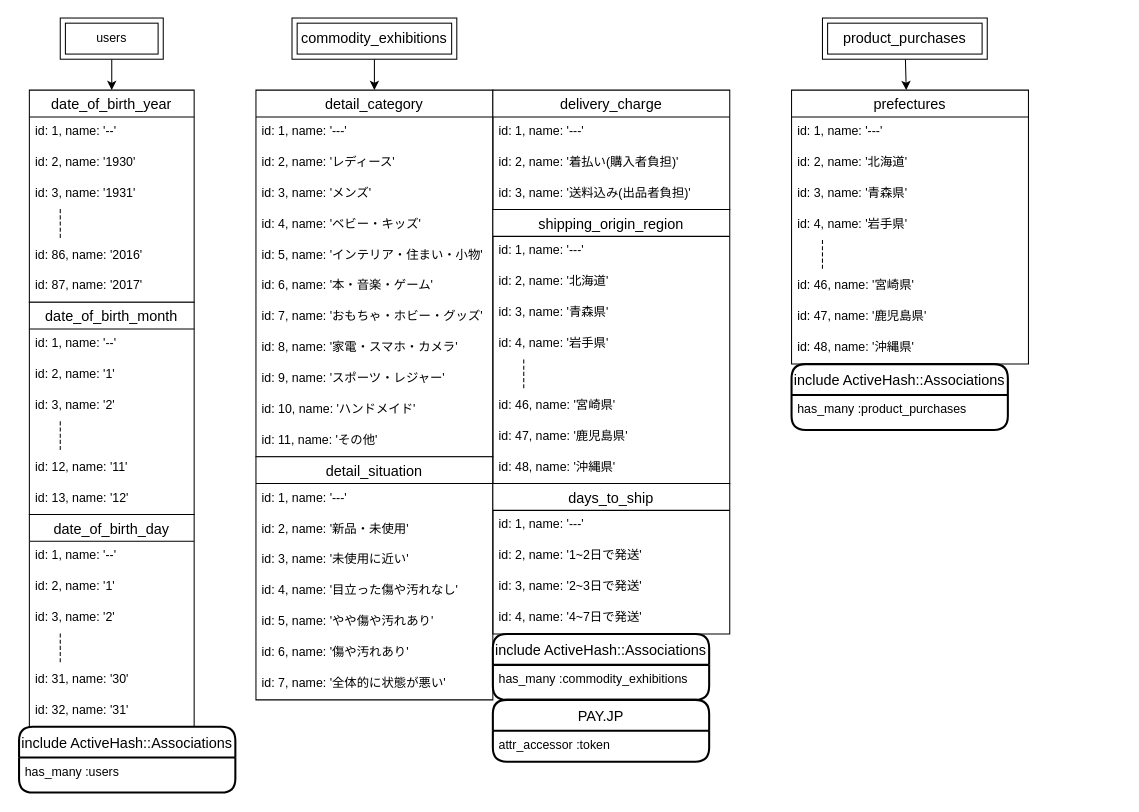
The draw.io diagram page "Active Hash各モデルとの関係" (2 of 2) of furima.dio in graphite01/furima-38514, before the edit. Source tidied: cells renumbered, new cells numbered last; positions are measured from the earlier drawing's top-left corner, leaving out a move shared by most shapes. Both pictures are drawn from the tidied source at 103%, with x=0, y=0 at pixel (19, 18).
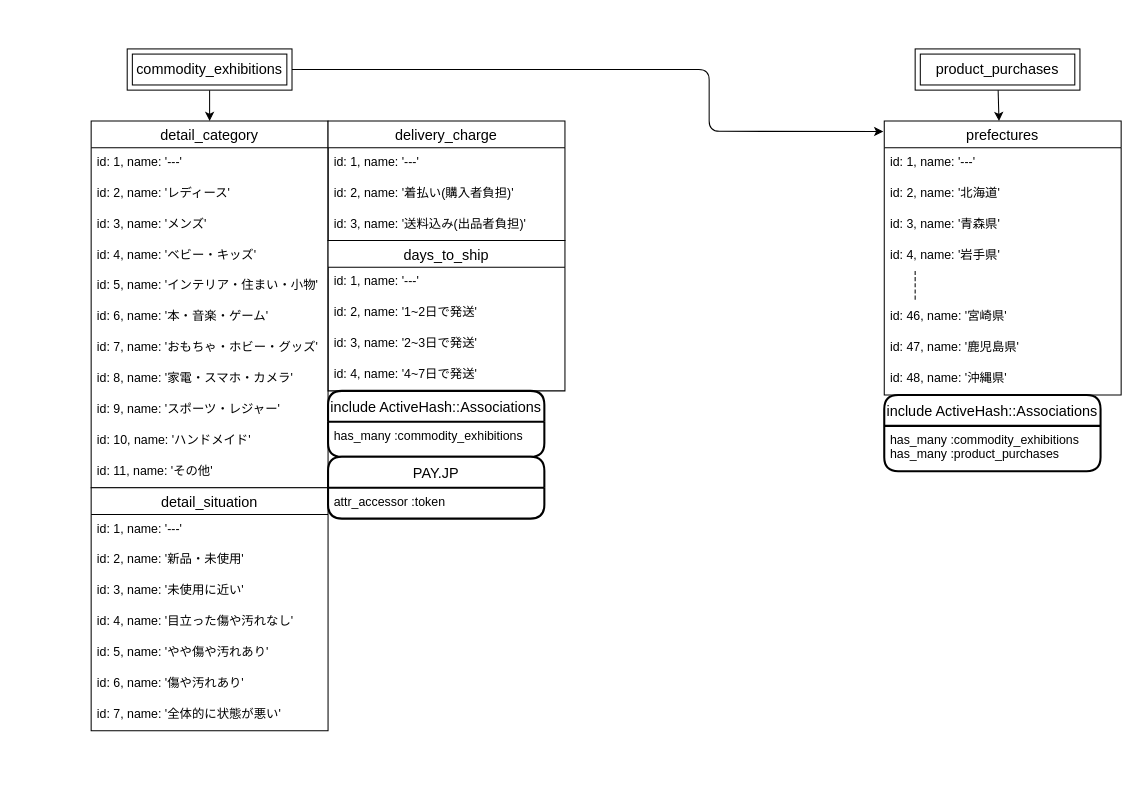
Above is the later version.

Change to the diagram source:
```diff
@@
-    <mxCell id="2" style="edgeStyle=none;html=1;" parent="1" edge="1" source="3">
-      <mxGeometry relative="1" as="geometry">
-        <mxPoint x="90" y="70" as="targetPoint" />
-      </mxGeometry>
-    </mxCell>
-    <mxCell id="3" value="users" style="shape=ext;margin=3;double=1;whiteSpace=wrap;html=1;align=center;" parent="1" vertex="1">
-      <mxGeometry x="40" width="100" height="40" as="geometry" />
-    </mxCell>
-    <mxCell id="4" value="date_of_birth_year" style="swimlane;fontStyle=0;horizontal=1;startSize=26;align=center;fontSize=14;" parent="1" vertex="1">
-      <mxGeometry x="10" y="70" width="160" height="206" as="geometry" />
-    </mxCell>
-    <mxCell id="5" value="id: 1, name: '--'" style="text;strokeColor=none;fillColor=none;spacingLeft=4;spacingRight=4;overflow=hidden;fontSize=12;" parent="4" vertex="1">
-      <mxGeometry y="26" width="160" height="30" as="geometry" />
-    </mxCell>
-    <mxCell id="6" value="id: 2, name: '1930'" style="text;strokeColor=none;fillColor=none;spacingLeft=4;spacingRight=4;overflow=hidden;fontSize=12;" parent="4" vertex="1">
-      <mxGeometry y="56" width="160" height="30" as="geometry" />
-    </mxCell>
-    <mxCell id="7" value="id: 3, name: '1931'" style="text;strokeColor=none;fillColor=none;spacingLeft=4;spacingRight=4;overflow=hidden;fontSize=12;" parent="4" vertex="1">
-      <mxGeometry y="86" width="160" height="30" as="geometry" />
-    </mxCell>
-    <mxCell id="8" style="shape=partialRectangle;fillColor=none;align=left;verticalAlign=middle;strokeColor=none;spacingLeft=34;" parent="4" vertex="1">
-      <mxGeometry y="116" width="160" height="30" as="geometry" />
-    </mxCell>
-    <mxCell id="9" style="shape=partialRectangle;top=0;left=0;bottom=0;fillColor=none;stokeWidth=1;dashed=1;align=left;verticalAlign=middle;spacingLeft=4;spacingRight=4;overflow=hidden;" parent="8" vertex="1">
-      <mxGeometry width="30" height="30" as="geometry" />
-    </mxCell>
-    <mxCell id="10" value="id: 86, name: '2016'" style="text;strokeColor=none;fillColor=none;spacingLeft=4;spacingRight=4;overflow=hidden;fontSize=12;" parent="4" vertex="1">
-      <mxGeometry y="146" width="160" height="30" as="geometry" />
-    </mxCell>
-    <mxCell id="11" value="id: 87, name: '2017'" style="text;strokeColor=none;fillColor=none;spacingLeft=4;spacingRight=4;overflow=hidden;fontSize=12;" parent="4" vertex="1">
-      <mxGeometry y="176" width="160" height="30" as="geometry" />
-    </mxCell>
-    <mxCell id="12" value="date_of_birth_month" style="swimlane;fontStyle=0;horizontal=1;startSize=26;align=center;fontSize=14;" parent="1" vertex="1">
-      <mxGeometry x="10" y="276" width="160" height="206" as="geometry" />
-    </mxCell>
-    <mxCell id="13" value="id: 1, name: '--'" style="text;strokeColor=none;fillColor=none;spacingLeft=4;spacingRight=4;overflow=hidden;fontSize=12;" parent="12" vertex="1">
-      <mxGeometry y="26" width="160" height="30" as="geometry" />
-    </mxCell>
-    <mxCell id="14" value="id: 2, name: '1'" style="text;strokeColor=none;fillColor=none;spacingLeft=4;spacingRight=4;overflow=hidden;fontSize=12;" parent="12" vertex="1">
-      <mxGeometry y="56" width="160" height="30" as="geometry" />
-    </mxCell>
-    <mxCell id="15" value="id: 3, name: '2'" style="text;strokeColor=none;fillColor=none;spacingLeft=4;spacingRight=4;overflow=hidden;fontSize=12;" parent="12" vertex="1">
-      <mxGeometry y="86" width="160" height="30" as="geometry" />
-    </mxCell>
-    <mxCell id="16" style="shape=partialRectangle;fillColor=none;align=left;verticalAlign=middle;strokeColor=none;spacingLeft=34;" parent="12" vertex="1">
-      <mxGeometry y="116" width="160" height="30" as="geometry" />
-    </mxCell>
-    <mxCell id="17" style="shape=partialRectangle;top=0;left=0;bottom=0;fillColor=none;stokeWidth=1;dashed=1;align=left;verticalAlign=middle;spacingLeft=4;spacingRight=4;overflow=hidden;" parent="16" vertex="1">
-      <mxGeometry width="30" height="30" as="geometry" />
-    </mxCell>
-    <mxCell id="18" value="id: 12, name: '11'" style="text;strokeColor=none;fillColor=none;spacingLeft=4;spacingRight=4;overflow=hidden;fontSize=12;" parent="12" vertex="1">
-      <mxGeometry y="146" width="160" height="30" as="geometry" />
-    </mxCell>
-    <mxCell id="19" value="id: 13, name: '12'" style="text;strokeColor=none;fillColor=none;spacingLeft=4;spacingRight=4;overflow=hidden;fontSize=12;" parent="12" vertex="1">
-      <mxGeometry y="176" width="160" height="30" as="geometry" />
-    </mxCell>
-    <mxCell id="20" value="date_of_birth_day" style="swimlane;fontStyle=0;horizontal=1;startSize=26;align=center;fontSize=14;" parent="1" vertex="1">
-      <mxGeometry x="10" y="482" width="160" height="206" as="geometry" />
-    </mxCell>
-    <mxCell id="21" value="id: 1, name: '--'" style="text;strokeColor=none;fillColor=none;spacingLeft=4;spacingRight=4;overflow=hidden;fontSize=12;" parent="20" vertex="1">
-      <mxGeometry y="26" width="160" height="30" as="geometry" />
-    </mxCell>
-    <mxCell id="22" value="id: 2, name: '1'" style="text;strokeColor=none;fillColor=none;spacingLeft=4;spacingRight=4;overflow=hidden;fontSize=12;" parent="20" vertex="1">
-      <mxGeometry y="56" width="160" height="30" as="geometry" />
-    </mxCell>
-    <mxCell id="23" value="id: 3, name: '2'" style="text;strokeColor=none;fillColor=none;spacingLeft=4;spacingRight=4;overflow=hidden;fontSize=12;" parent="20" vertex="1">
-      <mxGeometry y="86" width="160" height="30" as="geometry" />
-    </mxCell>
-    <mxCell id="24" style="shape=partialRectangle;fillColor=none;align=left;verticalAlign=middle;strokeColor=none;spacingLeft=34;" parent="20" vertex="1">
-      <mxGeometry y="116" width="160" height="30" as="geometry" />
-    </mxCell>
-    <mxCell id="25" style="shape=partialRectangle;top=0;left=0;bottom=0;fillColor=none;stokeWidth=1;dashed=1;align=left;verticalAlign=middle;spacingLeft=4;spacingRight=4;overflow=hidden;" parent="24" vertex="1">
-      <mxGeometry width="30" height="30" as="geometry" />
-    </mxCell>
-    <mxCell id="26" value="id: 31, name: '30'" style="text;strokeColor=none;fillColor=none;spacingLeft=4;spacingRight=4;overflow=hidden;fontSize=12;" parent="20" vertex="1">
-      <mxGeometry y="146" width="160" height="30" as="geometry" />
-    </mxCell>
-    <mxCell id="27" value="id: 32, name: '31'" style="text;strokeColor=none;fillColor=none;spacingLeft=4;spacingRight=4;overflow=hidden;fontSize=12;" parent="20" vertex="1">
-      <mxGeometry y="176" width="160" height="30" as="geometry" />
-    </mxCell>
-    <mxCell id="28" value="include ActiveHash::Associations" style="swimlane;horizontal=1;startSize=30;rounded=1;fontSize=14;fontStyle=0;strokeWidth=2;shadow=0;dashed=0;align=center;" parent="1" vertex="1">
-      <mxGeometry y="688" width="210" height="64" as="geometry" />
-    </mxCell>
-    <mxCell id="29" value="has_many :users&#10;" style="align=left;strokeColor=none;fillColor=none;spacingLeft=4;fontSize=12;verticalAlign=top;" parent="28" vertex="1">
-      <mxGeometry y="30" width="210" height="34" as="geometry" />
-    </mxCell>
     <mxCell id="30" style="edgeStyle=none;html=1;" parent="1" edge="1" source="31">
       <mxGeometry relative="1" as="geometry">
-        <mxPoint x="345" y="70" as="targetPoint" />
+        <mxPoint x="185" y="100" as="targetPoint" />
       </mxGeometry>
     </mxCell>
+    <mxCell id="89" style="edgeStyle=none;html=1;entryX=-0.004;entryY=0.038;entryDx=0;entryDy=0;entryPerimeter=0;" parent="1" edge="1" source="31" target="56">
+      <mxGeometry relative="1" as="geometry">
+        <Array as="points">
+          <mxPoint x="670" y="50" />
+          <mxPoint x="670" y="110" />
+        </Array>
+      </mxGeometry>
+    </mxCell>
     <mxCell id="31" value="&lt;span style=&quot;font-size: 14px&quot;&gt;commodity_exhibitions&lt;/span&gt;" style="shape=ext;margin=3;double=1;whiteSpace=wrap;html=1;align=center;" parent="1" vertex="1">
-      <mxGeometry x="265" width="160" height="40" as="geometry" />
+      <mxGeometry x="105" y="30" width="160" height="40" as="geometry" />
     </mxCell>
     <mxCell id="32" value="detail_category" style="swimlane;fontStyle=0;horizontal=1;startSize=26;align=center;fontSize=14;" parent="1" vertex="1">
-      <mxGeometry x="230" y="70" width="230" height="356" as="geometry" />
+      <mxGeometry x="70" y="100" width="230" height="356" as="geometry" />
     </mxCell>
@@
     <mxCell id="44" value="detail_situation" style="swimlane;fontStyle=0;horizontal=1;startSize=26;align=center;fontSize=14;" parent="1" vertex="1">
-      <mxGeometry x="230" y="426" width="230" height="236" as="geometry" />
+      <mxGeometry x="70" y="456" width="230" height="236" as="geometry" />
     </mxCell>
@@
     <mxCell id="52" value="delivery_charge" style="swimlane;fontStyle=0;horizontal=1;startSize=26;align=center;fontSize=14;" parent="1" vertex="1">
-      <mxGeometry x="460" y="70" width="230" height="116" as="geometry" />
+      <mxGeometry x="300" y="100" width="230" height="116" as="geometry" />
     </mxCell>
@@
-    <mxCell id="56" value="shipping_origin_region" style="swimlane;fontStyle=0;horizontal=1;startSize=26;align=center;fontSize=14;" parent="1" vertex="1">
-      <mxGeometry x="460" y="186" width="230" height="266" as="geometry" />
+    <mxCell id="56" value="prefectures" style="swimlane;fontStyle=0;horizontal=1;startSize=26;align=center;fontSize=14;" parent="1" vertex="1">
+      <mxGeometry x="840" y="100" width="230" height="266" as="geometry" />
     </mxCell>
@@
     <mxCell id="66" value="days_to_ship" style="swimlane;fontStyle=0;horizontal=1;startSize=26;align=center;fontSize=14;" parent="1" vertex="1">
-      <mxGeometry x="460" y="452" width="230" height="146" as="geometry" />
+      <mxGeometry x="300" y="216" width="230" height="146" as="geometry" />
     </mxCell>
@@
     <mxCell id="71" value="include ActiveHash::Associations" style="swimlane;horizontal=1;startSize=30;rounded=1;fontSize=14;fontStyle=0;strokeWidth=2;shadow=0;dashed=0;align=center;" parent="1" vertex="1">
-      <mxGeometry x="460" y="598" width="210" height="64" as="geometry" />
+      <mxGeometry x="300" y="362" width="210" height="64" as="geometry" />
     </mxCell>
@@
-    <mxCell id="73" style="edgeStyle=none;html=1;" parent="1" edge="1" source="74" target="75">
-      <mxGeometry relative="1" as="geometry" />
+    <mxCell id="73" style="edgeStyle=none;html=1;" parent="1" edge="1" source="74">
+      <mxGeometry relative="1" as="geometry">
+        <mxPoint x="951.4" y="100" as="targetPoint" />
+      </mxGeometry>
     </mxCell>
     <mxCell id="74" value="&lt;span style=&quot;font-size: 14px&quot;&gt;product_purchases&lt;/span&gt;" style="shape=ext;margin=3;double=1;whiteSpace=wrap;html=1;align=center;" parent="1" vertex="1">
-      <mxGeometry x="780" width="160" height="40" as="geometry" />
+      <mxGeometry x="870" y="30" width="160" height="40" as="geometry" />
     </mxCell>
-    <mxCell id="75" value="prefectures" style="swimlane;fontStyle=0;horizontal=1;startSize=26;align=center;fontSize=14;" parent="1" vertex="1">
-      <mxGeometry x="750" y="70" width="230" height="266" as="geometry" />
-    </mxCell>
-    <mxCell id="76" value="id: 1, name: '---'" style="text;strokeColor=none;fillColor=none;spacingLeft=4;spacingRight=4;overflow=hidden;fontSize=12;" parent="75" vertex="1">
-      <mxGeometry y="26" width="230" height="30" as="geometry" />
-    </mxCell>
-    <mxCell id="77" value="id: 2, name: '北海道'" style="text;strokeColor=none;fillColor=none;spacingLeft=4;spacingRight=4;overflow=hidden;fontSize=12;" parent="75" vertex="1">
-      <mxGeometry y="56" width="230" height="30" as="geometry" />
-    </mxCell>
-    <mxCell id="78" value="id: 3, name: '青森県'" style="text;strokeColor=none;fillColor=none;spacingLeft=4;spacingRight=4;overflow=hidden;fontSize=12;" parent="75" vertex="1">
-      <mxGeometry y="86" width="230" height="30" as="geometry" />
-    </mxCell>
-    <mxCell id="79" value="id: 4, name: '岩手県'" style="text;strokeColor=none;fillColor=none;spacingLeft=4;spacingRight=4;overflow=hidden;fontSize=12;" parent="75" vertex="1">
-      <mxGeometry y="116" width="230" height="30" as="geometry" />
-    </mxCell>
-    <mxCell id="80" style="shape=partialRectangle;fillColor=none;align=left;verticalAlign=middle;strokeColor=none;spacingLeft=34;" parent="75" vertex="1">
-      <mxGeometry y="146" width="230" height="30" as="geometry" />
-    </mxCell>
-    <mxCell id="81" style="shape=partialRectangle;top=0;left=0;bottom=0;fillColor=none;stokeWidth=1;dashed=1;align=left;verticalAlign=middle;spacingLeft=4;spacingRight=4;overflow=hidden;" parent="80" vertex="1">
-      <mxGeometry width="30" height="30" as="geometry" />
-    </mxCell>
-    <mxCell id="82" value="id: 46, name: '宮崎県'" style="text;strokeColor=none;fillColor=none;spacingLeft=4;spacingRight=4;overflow=hidden;fontSize=12;" parent="75" vertex="1">
-      <mxGeometry y="176" width="230" height="30" as="geometry" />
-    </mxCell>
-    <mxCell id="83" value="id: 47, name: '鹿児島県'" style="text;strokeColor=none;fillColor=none;spacingLeft=4;spacingRight=4;overflow=hidden;fontSize=12;" parent="75" vertex="1">
-      <mxGeometry y="206" width="230" height="30" as="geometry" />
-    </mxCell>
-    <mxCell id="84" value="id: 48, name: '沖縄県'" style="text;strokeColor=none;fillColor=none;spacingLeft=4;spacingRight=4;overflow=hidden;fontSize=12;" parent="75" vertex="1">
-      <mxGeometry y="236" width="230" height="30" as="geometry" />
-    </mxCell>
-    <mxCell id="85" value="include ActiveHash::Associations" style="swimlane;horizontal=1;startSize=30;rounded=1;fontSize=14;fontStyle=0;strokeWidth=2;shadow=0;dashed=0;align=center;" parent="1" vertex="1">
-      <mxGeometry x="750" y="336" width="210" height="64" as="geometry" />
-    </mxCell>
-    <mxCell id="86" value="has_many :product_purchases" style="align=left;strokeColor=none;fillColor=none;spacingLeft=4;fontSize=12;verticalAlign=top;" parent="85" vertex="1">
-      <mxGeometry y="30" width="210" height="34" as="geometry" />
-    </mxCell>
     <mxCell id="87" value="PAY.JP" style="swimlane;horizontal=1;startSize=30;rounded=1;fontSize=14;fontStyle=0;strokeWidth=2;shadow=0;dashed=0;align=center;" parent="1" vertex="1">
-      <mxGeometry x="460" y="662" width="210" height="60" as="geometry" />
+      <mxGeometry x="300" y="426" width="210" height="60" as="geometry" />
     </mxCell>
@@
+    <mxCell id="90" value="include ActiveHash::Associations" style="swimlane;horizontal=1;startSize=30;rounded=1;fontSize=14;fontStyle=0;strokeWidth=2;shadow=0;dashed=0;align=center;" parent="1" vertex="1">
+      <mxGeometry x="840" y="366" width="210" height="74" as="geometry" />
+    </mxCell>
+    <mxCell id="91" value="has_many :commodity_exhibitions&#10;has_many :product_purchases" style="align=left;strokeColor=none;fillColor=none;spacingLeft=4;fontSize=12;verticalAlign=top;" parent="90" vertex="1">
+      <mxGeometry y="30" width="210" height="44" as="geometry" />
+    </mxCell>
```
